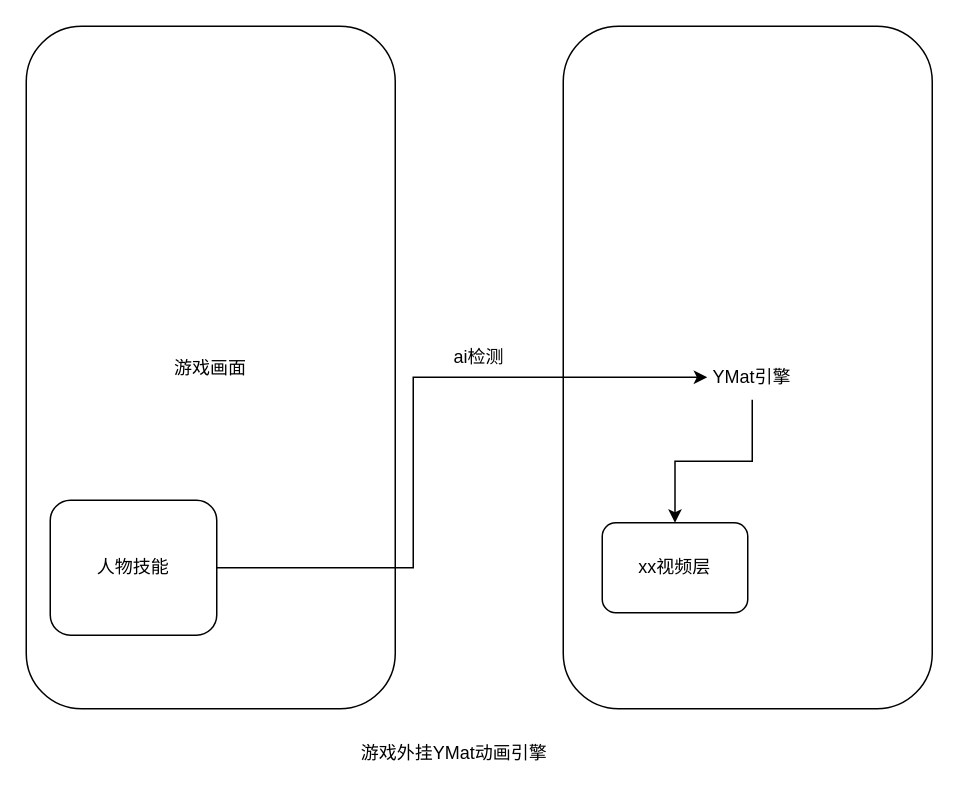
Before: page "第 2 页" (2 of 4) of 游戏动效强化方法.drawio in cangwang/Canvas, a draw.io diagram. Source tidied: cells renumbered, new cells numbered last; positions are measured from the earlier drawing's top-left corner, leaving out a move shared by most shapes. Both pictures are drawn from the tidied source at 150%, with x=0, y=0 at pixel (26, 26).
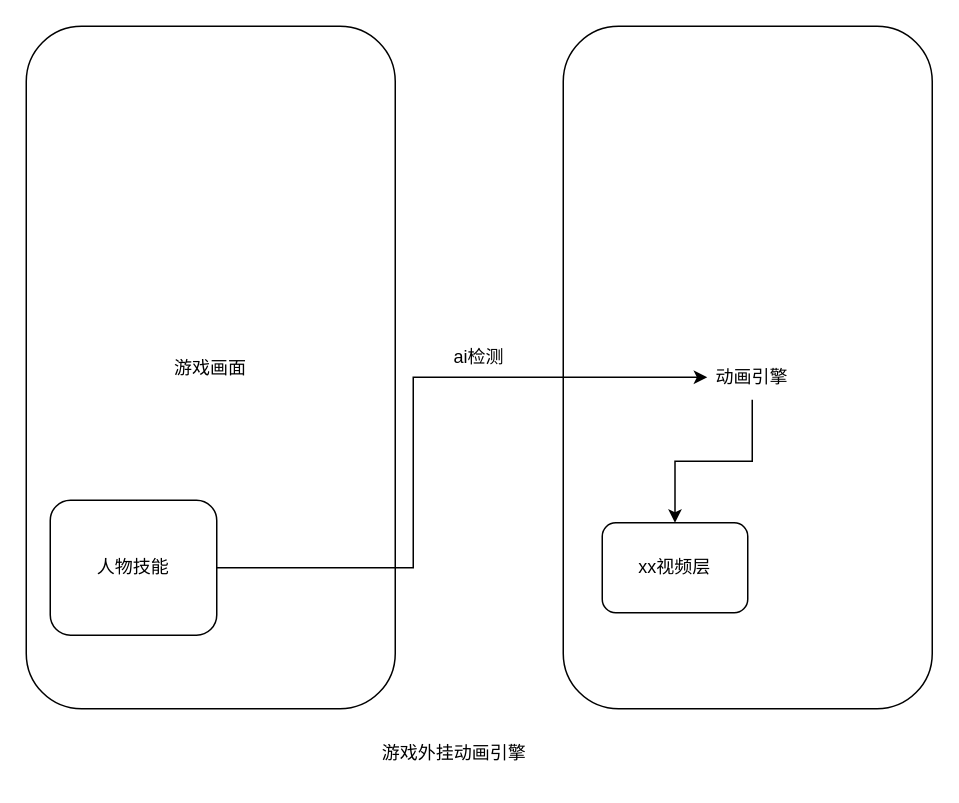
The same page after the edit.

Change to the diagram source:
```diff
@@
 <mxGraphModel>
   <root>
     <mxCell id="0" />
     <mxCell id="1" parent="0" />
     <mxCell id="2" value="游戏画面" style="rounded=1;whiteSpace=wrap;html=1;" parent="1" vertex="1">
       <mxGeometry width="246" height="455" as="geometry" />
     </mxCell>
     <mxCell id="3" style="rounded=1;whiteSpace=wrap;html=1;" parent="1" vertex="1">
       <mxGeometry x="358" width="246" height="455" as="geometry" />
     </mxCell>
     <mxCell id="4" style="edgeStyle=orthogonalEdgeStyle;rounded=0;jettySize=auto;html=1;exitX=1;exitY=0.5;exitDx=0;exitDy=0;entryX=0;entryY=0.5;entryDx=0;entryDy=0;" parent="1" edge="1" source="5" target="8">
       <mxGeometry relative="1" as="geometry">
         <Array as="points">
           <mxPoint x="258" y="361" />
           <mxPoint x="258" y="234" />
         </Array>
       </mxGeometry>
     </mxCell>
     <mxCell id="5" value="人物技能" style="rounded=1;whiteSpace=wrap;html=1;" parent="1" vertex="1">
       <mxGeometry x="16" y="316" width="111" height="90" as="geometry" />
     </mxCell>
     <mxCell id="6" value="xx视频层" style="rounded=1;whiteSpace=wrap;html=1;" parent="1" vertex="1">
       <mxGeometry x="384" y="331" width="97" height="60" as="geometry" />
     </mxCell>
     <mxCell id="7" style="edgeStyle=orthogonalEdgeStyle;rounded=0;jettySize=auto;html=1;exitX=0.5;exitY=1;exitDx=0;exitDy=0;" parent="1" edge="1" source="8" target="6">
       <mxGeometry relative="1" as="geometry" />
     </mxCell>
-    <mxCell id="8" value="YMat引擎" style="text;html=1;align=center;verticalAlign=middle;whiteSpace=wrap;rounded=0;" parent="1" vertex="1">
+    <mxCell id="8" value="动画引擎" style="text;html=1;align=center;verticalAlign=middle;whiteSpace=wrap;rounded=0;" parent="1" vertex="1">
       <mxGeometry x="454" y="219" width="60" height="30" as="geometry" />
     </mxCell>
     <mxCell id="9" value="ai检测" style="text;html=1;align=center;verticalAlign=middle;whiteSpace=wrap;rounded=0;" parent="1" vertex="1">
       <mxGeometry x="272" y="206" width="60" height="30" as="geometry" />
     </mxCell>
-    <mxCell id="10" value="游戏外挂YMat动画引擎" style="text;html=1;align=center;verticalAlign=middle;whiteSpace=wrap;rounded=0;" parent="1" vertex="1">
+    <mxCell id="10" value="游戏外挂动画引擎" style="text;html=1;align=center;verticalAlign=middle;whiteSpace=wrap;rounded=0;" parent="1" vertex="1">
       <mxGeometry x="216" y="470" width="139" height="30" as="geometry" />
     </mxCell>
   </root>
 </mxGraphModel>
```
